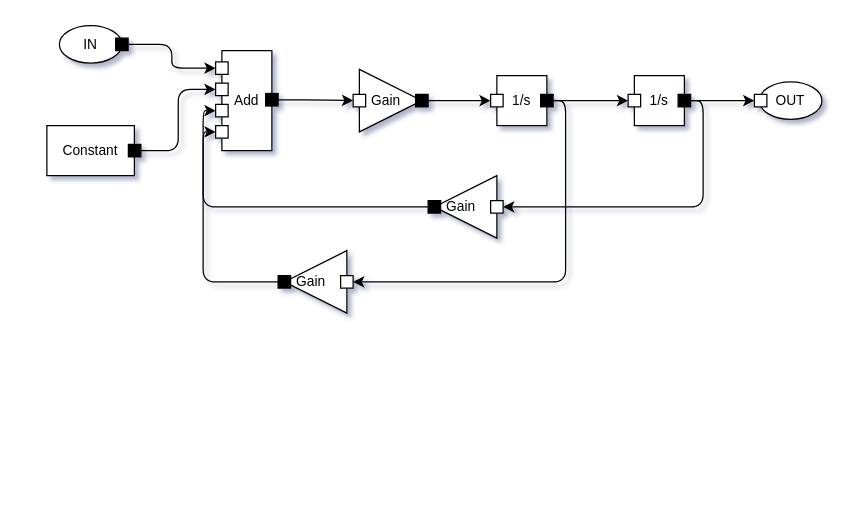
Earlier version of the draw.io diagram page "msd" (1 of 2) of examples/MSD.drawio (JuliaMBD/JuliaMBD.jl). Source tidied: cells renumbered, new cells numbered last; positions are measured from the earlier drawing's top-left corner, leaving out a move shared by most shapes. Both pictures are drawn from the tidied source at 125%, with x=0, y=0 at pixel (46, 25).
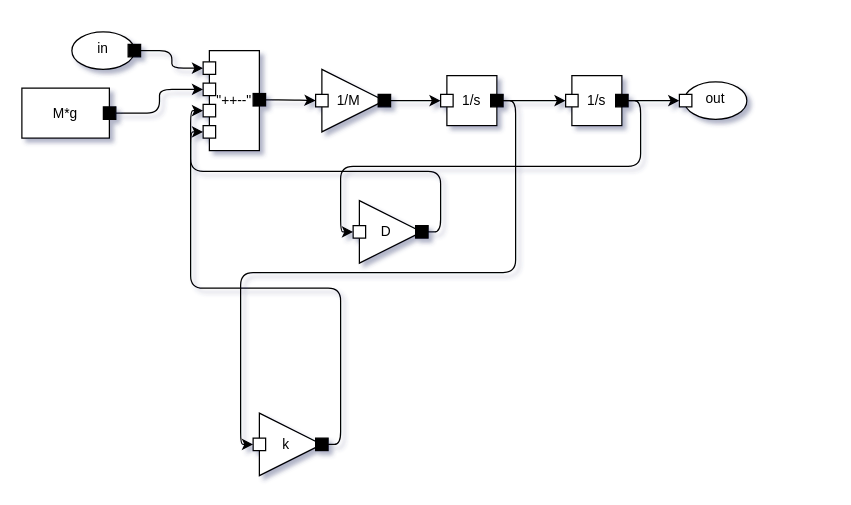
The same page after the edit.

What changed in the source:
```diff
@@
-    <mxCell id="2" value="&lt;font style=&quot;font-size: 11px;&quot;&gt;IN&lt;/font&gt;" style="ellipse;whiteSpace=wrap;html=1;fontSize=18;spacingTop=-5;" parent="1" vertex="1">
-      <mxGeometry x="10" width="50" height="30" as="geometry" />
-    </mxCell>
+    <mxCell id="18" value="&lt;font style=&quot;font-size: 11px;&quot;&gt;1/s&lt;/font&gt;" style="whiteSpace=wrap;html=1;fontSize=11;" parent="1" vertex="1">
+      <mxGeometry x="320" y="40" width="40" height="40" as="geometry" />
+    </mxCell>
+    <mxCell id="19" value="&lt;p style=&quot;line-height: 100%;&quot;&gt;&lt;br&gt;&lt;/p&gt;" style="whiteSpace=wrap;html=1;snapToPoint=1;points=[[1,0.5,0,0,0]];noLabel=0;overflow=visible;fillColor=#000000;" parent="18" vertex="1">
+      <mxGeometry x="35" y="15" width="10" height="10" as="geometry" />
+    </mxCell>
+    <mxCell id="20" value="&lt;p style=&quot;line-height: 100%;&quot;&gt;&lt;br&gt;&lt;/p&gt;" style="whiteSpace=wrap;html=1;snapToPoint=1;points=[[0,0.5,0,0,0]];noLabel=0;overflow=visible;direction=east;" parent="18" vertex="1">
+      <mxGeometry x="-5" y="15" width="10" height="10" as="geometry" />
+    </mxCell>
+    <mxCell id="22" value="&lt;font style=&quot;font-size: 11px;&quot;&gt;1/s&lt;/font&gt;" style="whiteSpace=wrap;html=1;fontSize=11;" parent="1" vertex="1">
+      <mxGeometry x="420" y="40" width="40" height="40" as="geometry" />
+    </mxCell>
+    <mxCell id="23" value="&lt;p style=&quot;line-height: 100%;&quot;&gt;&lt;br&gt;&lt;/p&gt;" style="whiteSpace=wrap;html=1;snapToPoint=1;points=[[1,0.5,0,0,0]];noLabel=0;overflow=visible;fillColor=#000000;" parent="22" vertex="1">
+      <mxGeometry x="35" y="15" width="10" height="10" as="geometry" />
+    </mxCell>
+    <mxCell id="24" value="&lt;p style=&quot;line-height: 100%;&quot;&gt;&lt;br&gt;&lt;/p&gt;" style="whiteSpace=wrap;html=1;snapToPoint=1;points=[[0,0.5,0,0,0]];noLabel=0;overflow=visible;direction=east;" parent="22" vertex="1">
+      <mxGeometry x="-5" y="15" width="10" height="10" as="geometry" />
+    </mxCell>
+    <mxCell id="25" style="edgeStyle=orthogonalEdgeStyle;html=1;exitX=1;exitY=0.5;exitDx=0;exitDy=0;exitPerimeter=0;entryX=0;entryY=0.5;entryDx=0;entryDy=0;entryPerimeter=0;" parent="1" edge="1" source="19" target="24">
+      <mxGeometry relative="1" as="geometry" />
+    </mxCell>
+    <object id="39" label="%name%" name="in" placeholders="1">
+      <mxCell style="ellipse;whiteSpace=wrap;html=1;fontSize=11;spacingTop=-5;" parent="1" vertex="1">
+        <mxGeometry x="20" y="5" width="50" height="30" as="geometry" />
+      </mxCell>
+    </object>
-    <mxCell id="3" value="&lt;p style=&quot;line-height: 100%;&quot;&gt;&lt;br&gt;&lt;/p&gt;" style="whiteSpace=wrap;html=1;snapToPoint=1;points=[[1,0.5,0,0,0]];noLabel=0;overflow=visible;fillColor=#000000;" parent="2" vertex="1">
+    <mxCell id="3" value="&lt;p style=&quot;line-height: 100%;&quot;&gt;&lt;br&gt;&lt;/p&gt;" style="whiteSpace=wrap;html=1;snapToPoint=1;points=[[1,0.5,0,0,0]];noLabel=0;overflow=visible;fillColor=#000000;" parent="39" vertex="1">
       <mxGeometry x="45" y="10" width="10" height="10" as="geometry" />
     </mxCell>
-    <mxCell id="4" value="&lt;font style=&quot;font-size: 11px;&quot;&gt;Constant&lt;/font&gt;" style="whiteSpace=wrap;html=1;fontSize=11;" parent="1" vertex="1">
-      <mxGeometry y="80" width="70" height="40" as="geometry" />
-    </mxCell>
+    <object id="40" label="%value%" placeholders="1" value="M*g">
+      <mxCell style="whiteSpace=wrap;html=1;fontSize=11;" parent="1" vertex="1">
+        <mxGeometry x="-20" y="50" width="70" height="40" as="geometry" />
+      </mxCell>
+    </object>
-    <mxCell id="5" value="&lt;p style=&quot;line-height: 100%;&quot;&gt;&lt;br&gt;&lt;/p&gt;" style="whiteSpace=wrap;html=1;snapToPoint=1;points=[[1,0.5,0,0,0]];noLabel=0;overflow=visible;fillColor=#000000;" parent="4" vertex="1">
+    <mxCell id="5" value="&lt;p style=&quot;line-height: 100%;&quot;&gt;&lt;br&gt;&lt;/p&gt;" style="whiteSpace=wrap;html=1;snapToPoint=1;points=[[1,0.5,0,0,0]];noLabel=0;overflow=visible;fillColor=#000000;" parent="40" vertex="1">
       <mxGeometry x="65.2" y="15" width="10" height="10" as="geometry" />
     </mxCell>
-    <mxCell id="6" value="Add" style="rounded=0;whiteSpace=wrap;html=1;fontSize=11;" parent="1" vertex="1">
-      <mxGeometry x="140" y="20" width="40" height="80" as="geometry" />
-    </mxCell>
+    <object id="41" label="%K%" K="D" placeholders="1">
+      <mxCell style="triangle;html=1;whiteSpace=wrap;fontSize=11;align=center;spacingLeft=-7;" parent="1" vertex="1">
+        <mxGeometry x="250" y="140" width="50" height="50" as="geometry" />
+      </mxCell>
+    </object>
+    <mxCell id="42" value="&lt;p style=&quot;line-height: 100%;&quot;&gt;&lt;br&gt;&lt;/p&gt;" style="whiteSpace=wrap;html=1;snapToPoint=1;points=[[0,0.5,0,0,0]];noLabel=0;overflow=visible;direction=east;" parent="41" vertex="1">
+      <mxGeometry x="-5" y="20" width="10" height="10" as="geometry" />
+    </mxCell>
+    <mxCell id="43" value="&lt;p style=&quot;line-height: 100%;&quot;&gt;&lt;br&gt;&lt;/p&gt;" style="whiteSpace=wrap;html=1;snapToPoint=1;points=[[1,0.5,0,0,0]];noLabel=0;overflow=visible;fillColor=#000000;" parent="41" vertex="1">
+      <mxGeometry x="45" y="20" width="10" height="10" as="geometry" />
+    </mxCell>
+    <object id="44" label="%K%" K="k" placeholders="1">
+      <mxCell style="triangle;html=1;whiteSpace=wrap;fontSize=11;align=center;spacingLeft=-7;" parent="1" vertex="1">
+        <mxGeometry x="170" y="310" width="50" height="50" as="geometry" />
+      </mxCell>
+    </object>
+    <mxCell id="45" value="&lt;p style=&quot;line-height: 100%;&quot;&gt;&lt;br&gt;&lt;/p&gt;" style="whiteSpace=wrap;html=1;snapToPoint=1;points=[[0,0.5,0,0,0]];noLabel=0;overflow=visible;direction=east;" parent="44" vertex="1">
+      <mxGeometry x="-5" y="20" width="10" height="10" as="geometry" />
+    </mxCell>
+    <mxCell id="46" value="&lt;p style=&quot;line-height: 100%;&quot;&gt;&lt;br&gt;&lt;/p&gt;" style="whiteSpace=wrap;html=1;snapToPoint=1;points=[[1,0.5,0,0,0]];noLabel=0;overflow=visible;fillColor=#000000;" parent="44" vertex="1">
+      <mxGeometry x="45" y="20" width="10" height="10" as="geometry" />
+    </mxCell>
+    <object id="47" label="%K%" K="1/M" placeholders="1">
+      <mxCell style="triangle;html=1;whiteSpace=wrap;fontSize=11;align=center;spacingLeft=-7;" parent="1" vertex="1">
+        <mxGeometry x="220" y="35" width="50" height="50" as="geometry" />
+      </mxCell>
+    </object>
+    <mxCell id="48" value="&lt;p style=&quot;line-height: 100%;&quot;&gt;&lt;br&gt;&lt;/p&gt;" style="whiteSpace=wrap;html=1;snapToPoint=1;points=[[0,0.5,0,0,0]];noLabel=0;overflow=visible;direction=east;" parent="47" vertex="1">
+      <mxGeometry x="-5" y="20" width="10" height="10" as="geometry" />
+    </mxCell>
+    <mxCell id="49" value="&lt;p style=&quot;line-height: 100%;&quot;&gt;&lt;br&gt;&lt;/p&gt;" style="whiteSpace=wrap;html=1;snapToPoint=1;points=[[1,0.5,0,0,0]];noLabel=0;overflow=visible;fillColor=#000000;" parent="47" vertex="1">
+      <mxGeometry x="45" y="20" width="10" height="10" as="geometry" />
+    </mxCell>
+    <object id="50" label="%name%" name="out" placeholders="1">
+      <mxCell style="ellipse;whiteSpace=wrap;html=1;fontSize=11;spacingTop=-4;" parent="1" vertex="1">
+        <mxGeometry x="510" y="45" width="50" height="30" as="geometry" />
+      </mxCell>
+    </object>
+    <mxCell id="27" value="&lt;p style=&quot;line-height: 100%;&quot;&gt;&lt;br&gt;&lt;/p&gt;" style="whiteSpace=wrap;html=1;snapToPoint=1;points=[[0,0.5,0,0,0]];noLabel=0;overflow=visible;direction=east;" parent="50" vertex="1">
+      <mxGeometry x="-4" y="10" width="10" height="10" as="geometry" />
+    </mxCell>
+    <object id="51" label="%signs%" placeholders="1" signs="&quot;++--&quot;">
+      <mxCell style="rounded=0;whiteSpace=wrap;html=1;fontSize=11;" parent="1" vertex="1">
+        <mxGeometry x="130" y="20" width="40" height="80" as="geometry" />
+      </mxCell>
+    </object>
-    <mxCell id="7" value="&lt;p style=&quot;line-height: 100%;&quot;&gt;&lt;br&gt;&lt;/p&gt;" style="whiteSpace=wrap;html=1;snapToPoint=1;points=[[1,0.5,0,0,0]];noLabel=0;overflow=visible;fillColor=#000000;" parent="6" vertex="1">
+    <mxCell id="7" value="&lt;p style=&quot;line-height: 100%;&quot;&gt;&lt;br&gt;&lt;/p&gt;" style="whiteSpace=wrap;html=1;snapToPoint=1;points=[[1,0.5,0,0,0]];noLabel=0;overflow=visible;fillColor=#000000;" parent="51" vertex="1">
       <mxGeometry x="35" y="34.3" width="10" height="10" as="geometry" />
     </mxCell>
-    <mxCell id="8" value="&lt;p style=&quot;line-height: 100%;&quot;&gt;&lt;br&gt;&lt;/p&gt;" style="whiteSpace=wrap;html=1;snapToPoint=1;points=[[0,0.5,0,0,0]];noLabel=0;overflow=visible;direction=east;" parent="6" vertex="1">
+    <mxCell id="8" value="&lt;p style=&quot;line-height: 100%;&quot;&gt;&lt;br&gt;&lt;/p&gt;" style="whiteSpace=wrap;html=1;snapToPoint=1;points=[[0,0.5,0,0,0]];noLabel=0;overflow=visible;direction=east;" parent="51" vertex="1">
       <mxGeometry x="-5" y="9" width="10" height="10" as="geometry" />
     </mxCell>
-    <mxCell id="9" value="&lt;p style=&quot;line-height: 100%;&quot;&gt;&lt;br&gt;&lt;/p&gt;" style="whiteSpace=wrap;html=1;snapToPoint=1;points=[[0,0.5,0,0,0]];noLabel=0;overflow=visible;direction=east;" parent="6" vertex="1">
+    <mxCell id="9" value="&lt;p style=&quot;line-height: 100%;&quot;&gt;&lt;br&gt;&lt;/p&gt;" style="whiteSpace=wrap;html=1;snapToPoint=1;points=[[0,0.5,0,0,0]];noLabel=0;overflow=visible;direction=east;" parent="51" vertex="1">
       <mxGeometry x="-5" y="26" width="10" height="10" as="geometry" />
     </mxCell>
-    <mxCell id="10" value="&lt;p style=&quot;line-height: 100%;&quot;&gt;&lt;br&gt;&lt;/p&gt;" style="whiteSpace=wrap;html=1;snapToPoint=1;points=[[0,0.5,0,0,0]];noLabel=0;overflow=visible;direction=east;" parent="6" vertex="1">
+    <mxCell id="10" value="&lt;p style=&quot;line-height: 100%;&quot;&gt;&lt;br&gt;&lt;/p&gt;" style="whiteSpace=wrap;html=1;snapToPoint=1;points=[[0,0.5,0,0,0]];noLabel=0;overflow=visible;direction=east;" parent="51" vertex="1">
       <mxGeometry x="-5" y="43" width="10" height="10" as="geometry" />
     </mxCell>
-    <mxCell id="11" value="&lt;p style=&quot;line-height: 100%;&quot;&gt;&lt;br&gt;&lt;/p&gt;" style="whiteSpace=wrap;html=1;snapToPoint=1;points=[[0,0.5,0,0,0]];noLabel=0;overflow=visible;direction=east;" parent="6" vertex="1">
+    <mxCell id="11" value="&lt;p style=&quot;line-height: 100%;&quot;&gt;&lt;br&gt;&lt;/p&gt;" style="whiteSpace=wrap;html=1;snapToPoint=1;points=[[0,0.5,0,0,0]];noLabel=0;overflow=visible;direction=east;" parent="51" vertex="1">
       <mxGeometry x="-5" y="60" width="10" height="10" as="geometry" />
     </mxCell>
@@
-    <mxCell id="14" value="Gain" style="triangle;html=1;whiteSpace=wrap;fontSize=11;align=center;spacingLeft=-7;" parent="1" vertex="1">
-      <mxGeometry x="250" y="35" width="50" height="50" as="geometry" />
-    </mxCell>
-    <mxCell id="15" value="&lt;p style=&quot;line-height: 100%;&quot;&gt;&lt;br&gt;&lt;/p&gt;" style="whiteSpace=wrap;html=1;snapToPoint=1;points=[[0,0.5,0,0,0]];noLabel=0;overflow=visible;direction=east;" parent="14" vertex="1">
-      <mxGeometry x="-5" y="20" width="10" height="10" as="geometry" />
-    </mxCell>
-    <mxCell id="16" value="&lt;p style=&quot;line-height: 100%;&quot;&gt;&lt;br&gt;&lt;/p&gt;" style="whiteSpace=wrap;html=1;snapToPoint=1;points=[[1,0.5,0,0,0]];noLabel=0;overflow=visible;fillColor=#000000;" parent="14" vertex="1">
-      <mxGeometry x="45" y="20" width="10" height="10" as="geometry" />
-    </mxCell>
-    <mxCell id="17" style="edgeStyle=orthogonalEdgeStyle;html=1;exitX=1;exitY=0.5;exitDx=0;exitDy=0;exitPerimeter=0;entryX=0;entryY=0.5;entryDx=0;entryDy=0;entryPerimeter=0;" parent="1" edge="1" source="7" target="15">
-      <mxGeometry relative="1" as="geometry" />
-    </mxCell>
-    <mxCell id="18" value="&lt;font style=&quot;font-size: 11px;&quot;&gt;1/s&lt;/font&gt;" style="whiteSpace=wrap;html=1;fontSize=11;" parent="1" vertex="1">
-      <mxGeometry x="360" y="40" width="40" height="40" as="geometry" />
-    </mxCell>
-    <mxCell id="19" value="&lt;p style=&quot;line-height: 100%;&quot;&gt;&lt;br&gt;&lt;/p&gt;" style="whiteSpace=wrap;html=1;snapToPoint=1;points=[[1,0.5,0,0,0]];noLabel=0;overflow=visible;fillColor=#000000;" parent="18" vertex="1">
-      <mxGeometry x="35" y="15" width="10" height="10" as="geometry" />
-    </mxCell>
-    <mxCell id="20" value="&lt;p style=&quot;line-height: 100%;&quot;&gt;&lt;br&gt;&lt;/p&gt;" style="whiteSpace=wrap;html=1;snapToPoint=1;points=[[0,0.5,0,0,0]];noLabel=0;overflow=visible;direction=east;" parent="18" vertex="1">
-      <mxGeometry x="-5" y="15" width="10" height="10" as="geometry" />
-    </mxCell>
-    <mxCell id="21" style="edgeStyle=orthogonalEdgeStyle;html=1;exitX=1;exitY=0.5;exitDx=0;exitDy=0;exitPerimeter=0;entryX=0;entryY=0.5;entryDx=0;entryDy=0;entryPerimeter=0;" parent="1" edge="1" source="16" target="20">
-      <mxGeometry relative="1" as="geometry" />
-    </mxCell>
-    <mxCell id="22" value="&lt;font style=&quot;font-size: 11px;&quot;&gt;1/s&lt;/font&gt;" style="whiteSpace=wrap;html=1;fontSize=11;" parent="1" vertex="1">
-      <mxGeometry x="470" y="40" width="40" height="40" as="geometry" />
-    </mxCell>
-    <mxCell id="23" value="&lt;p style=&quot;line-height: 100%;&quot;&gt;&lt;br&gt;&lt;/p&gt;" style="whiteSpace=wrap;html=1;snapToPoint=1;points=[[1,0.5,0,0,0]];noLabel=0;overflow=visible;fillColor=#000000;" parent="22" vertex="1">
-      <mxGeometry x="35" y="15" width="10" height="10" as="geometry" />
-    </mxCell>
-    <mxCell id="24" value="&lt;p style=&quot;line-height: 100%;&quot;&gt;&lt;br&gt;&lt;/p&gt;" style="whiteSpace=wrap;html=1;snapToPoint=1;points=[[0,0.5,0,0,0]];noLabel=0;overflow=visible;direction=east;" parent="22" vertex="1">
-      <mxGeometry x="-5" y="15" width="10" height="10" as="geometry" />
-    </mxCell>
-    <mxCell id="25" style="edgeStyle=orthogonalEdgeStyle;html=1;exitX=1;exitY=0.5;exitDx=0;exitDy=0;exitPerimeter=0;entryX=0;entryY=0.5;entryDx=0;entryDy=0;entryPerimeter=0;" parent="1" edge="1" source="19" target="24">
-      <mxGeometry relative="1" as="geometry" />
-    </mxCell>
-    <mxCell id="26" value="&lt;font style=&quot;font-size: 11px;&quot;&gt;OUT&lt;/font&gt;" style="ellipse;whiteSpace=wrap;html=1;fontSize=18;spacingTop=-4;" parent="1" vertex="1">
-      <mxGeometry x="570" y="45" width="50" height="30" as="geometry" />
-    </mxCell>
-    <mxCell id="27" value="&lt;p style=&quot;line-height: 100%;&quot;&gt;&lt;br&gt;&lt;/p&gt;" style="whiteSpace=wrap;html=1;snapToPoint=1;points=[[0,0.5,0,0,0]];noLabel=0;overflow=visible;direction=east;" parent="26" vertex="1">
-      <mxGeometry x="-4" y="10" width="10" height="10" as="geometry" />
-    </mxCell>
+    <mxCell id="52" style="edgeStyle=orthogonalEdgeStyle;html=1;exitX=1;exitY=0.5;exitDx=0;exitDy=0;exitPerimeter=0;entryX=0;entryY=0.5;entryDx=0;entryDy=0;entryPerimeter=0;" parent="1" edge="1" source="7" target="48">
+      <mxGeometry relative="1" as="geometry" />
+    </mxCell>
+    <mxCell id="53" style="edgeStyle=orthogonalEdgeStyle;html=1;exitX=1;exitY=0.5;exitDx=0;exitDy=0;exitPerimeter=0;entryX=0;entryY=0.5;entryDx=0;entryDy=0;entryPerimeter=0;" parent="1" edge="1" source="49" target="20">
+      <mxGeometry relative="1" as="geometry" />
+    </mxCell>
@@
-    <mxCell id="29" value="Gain" style="triangle;html=1;whiteSpace=wrap;fontSize=11;align=center;spacingLeft=-7;flipH=1;" parent="1" vertex="1">
-      <mxGeometry x="310" y="120" width="50" height="50" as="geometry" />
-    </mxCell>
-    <mxCell id="30" value="&lt;p style=&quot;line-height: 100%;&quot;&gt;&lt;br&gt;&lt;/p&gt;" style="whiteSpace=wrap;html=1;snapToPoint=1;points=[[0,0.5,0,0,0]];noLabel=0;overflow=visible;direction=east;flipH=1;" parent="29" vertex="1">
-      <mxGeometry x="45" y="20" width="10" height="10" as="geometry" />
-    </mxCell>
-    <mxCell id="31" value="&lt;p style=&quot;line-height: 100%;&quot;&gt;&lt;br&gt;&lt;/p&gt;" style="whiteSpace=wrap;html=1;snapToPoint=1;points=[[1,0.5,0,0,0]];noLabel=0;overflow=visible;fillColor=#000000;flipH=1;" parent="29" vertex="1">
-      <mxGeometry x="-5" y="20" width="10" height="10" as="geometry" />
-    </mxCell>
-    <mxCell id="32" style="edgeStyle=orthogonalEdgeStyle;html=1;exitX=1;exitY=0.5;exitDx=0;exitDy=0;exitPerimeter=0;entryX=0;entryY=0.5;entryDx=0;entryDy=0;entryPerimeter=0;" parent="1" edge="1" source="23" target="30">
-      <mxGeometry relative="1" as="geometry" />
-    </mxCell>
-    <mxCell id="33" style="edgeStyle=orthogonalEdgeStyle;html=1;exitX=1;exitY=0.5;exitDx=0;exitDy=0;exitPerimeter=0;entryX=0;entryY=0.5;entryDx=0;entryDy=0;entryPerimeter=0;" parent="1" edge="1" source="31" target="10">
-      <mxGeometry relative="1" as="geometry" />
-    </mxCell>
-    <mxCell id="34" value="Gain" style="triangle;html=1;whiteSpace=wrap;fontSize=11;align=center;spacingLeft=-7;flipH=1;" parent="1" vertex="1">
-      <mxGeometry x="190" y="180" width="50" height="50" as="geometry" />
-    </mxCell>
-    <mxCell id="35" value="&lt;p style=&quot;line-height: 100%;&quot;&gt;&lt;br&gt;&lt;/p&gt;" style="whiteSpace=wrap;html=1;snapToPoint=1;points=[[0,0.5,0,0,0]];noLabel=0;overflow=visible;direction=east;flipH=1;" parent="34" vertex="1">
-      <mxGeometry x="45" y="20" width="10" height="10" as="geometry" />
-    </mxCell>
-    <mxCell id="36" value="&lt;p style=&quot;line-height: 100%;&quot;&gt;&lt;br&gt;&lt;/p&gt;" style="whiteSpace=wrap;html=1;snapToPoint=1;points=[[1,0.5,0,0,0]];noLabel=0;overflow=visible;fillColor=#000000;flipH=1;" parent="34" vertex="1">
-      <mxGeometry x="-5" y="20" width="10" height="10" as="geometry" />
-    </mxCell>
-    <mxCell id="37" style="edgeStyle=orthogonalEdgeStyle;html=1;exitX=1;exitY=0.5;exitDx=0;exitDy=0;exitPerimeter=0;entryX=0;entryY=0.5;entryDx=0;entryDy=0;entryPerimeter=0;" parent="1" edge="1" source="19" target="35">
-      <mxGeometry relative="1" as="geometry" />
-    </mxCell>
-    <mxCell id="38" style="edgeStyle=orthogonalEdgeStyle;html=1;exitX=1;exitY=0.5;exitDx=0;exitDy=0;exitPerimeter=0;entryX=0;entryY=0.5;entryDx=0;entryDy=0;entryPerimeter=0;" parent="1" edge="1" source="36" target="11">
-      <mxGeometry relative="1" as="geometry" />
-    </mxCell>
+    <mxCell id="54" style="edgeStyle=orthogonalEdgeStyle;html=1;exitX=1;exitY=0.5;exitDx=0;exitDy=0;exitPerimeter=0;entryX=0;entryY=0.5;entryDx=0;entryDy=0;entryPerimeter=0;" parent="1" edge="1" source="23" target="42">
+      <mxGeometry relative="1" as="geometry" />
+    </mxCell>
+    <mxCell id="55" style="edgeStyle=orthogonalEdgeStyle;html=1;exitX=1;exitY=0.5;exitDx=0;exitDy=0;exitPerimeter=0;entryX=0;entryY=0.5;entryDx=0;entryDy=0;entryPerimeter=0;" parent="1" edge="1" source="19" target="45">
+      <mxGeometry relative="1" as="geometry" />
+    </mxCell>
+    <mxCell id="56" style="edgeStyle=orthogonalEdgeStyle;html=1;exitX=1;exitY=0.5;exitDx=0;exitDy=0;exitPerimeter=0;entryX=0;entryY=0.5;entryDx=0;entryDy=0;entryPerimeter=0;" parent="1" edge="1" source="43" target="10">
+      <mxGeometry relative="1" as="geometry" />
+    </mxCell>
+    <mxCell id="57" style="edgeStyle=orthogonalEdgeStyle;html=1;exitX=1;exitY=0.5;exitDx=0;exitDy=0;exitPerimeter=0;entryX=0;entryY=0.5;entryDx=0;entryDy=0;entryPerimeter=0;" parent="1" edge="1" source="46" target="11">
+      <mxGeometry relative="1" as="geometry" />
+    </mxCell>
```
